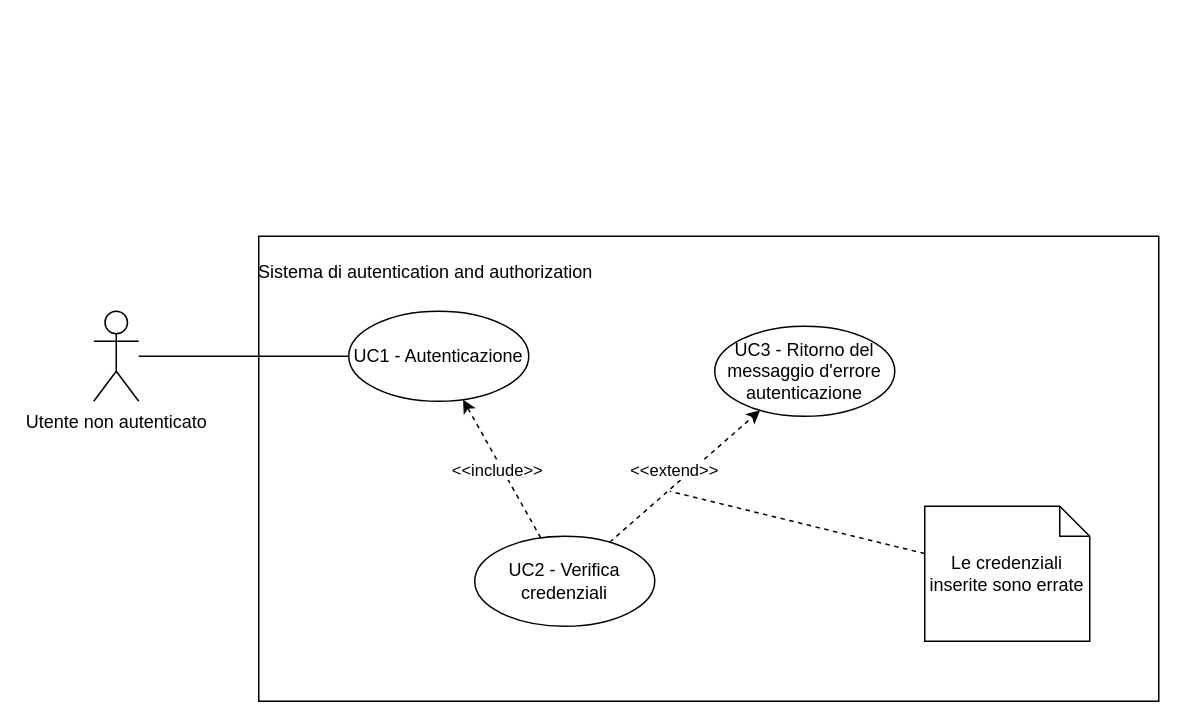
This is page "auth_system" (1 of 3) of casi_uso_grafici.drawio from SWEasabi/analisi-dei-requisiti, a draw.io file, before an edit. Source tidied: cells renumbered, new cells numbered last; positions are measured from the earlier drawing's top-left corner, leaving out a move shared by most shapes. Both pictures are drawn from the tidied source at 150%, with x=0, y=0 at pixel (93, 236).
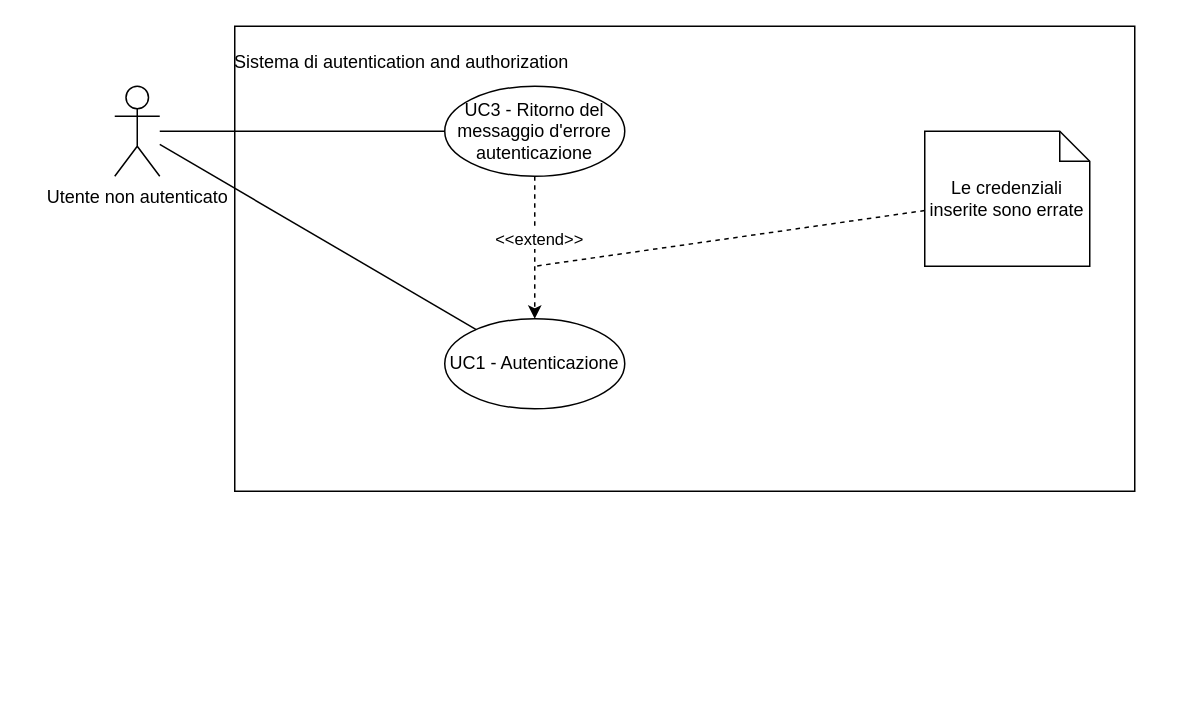
Above is the later version.

What changed in the source:
```diff
@@
 <mxGraphModel>
   <root>
     <mxCell id="0" />
     <mxCell id="1" parent="0" />
     <mxCell id="2" value="&lt;p style=&quot;line-height: 1.2;&quot;&gt;Sistema di autentication and authorization&lt;/p&gt;" style="rounded=0;whiteSpace=wrap;html=1;align=left;vertical-align=top;verticalAlign=top;spacing=0;gradientColor=none;" parent="1" vertex="1">
-      <mxGeometry x="110" width="600" height="310" as="geometry" />
+      <mxGeometry x="94" y="-140" width="600" height="310" as="geometry" />
     </mxCell>
-    <mxCell id="3" style="rounded=0;jettySize=auto;html=1;dashed=1;" parent="1" edge="1" source="6" target="5">
-      <mxGeometry relative="1" as="geometry" />
-    </mxCell>
-    <mxCell id="4" value="&amp;lt;&amp;lt;include&amp;gt;&amp;gt;" style="edgeLabel;html=1;align=center;verticalAlign=middle;" parent="3" vertex="1">
-      <mxGeometry x="-0.05" y="4" relative="1" as="geometry">
-        <mxPoint x="-2" y="-4" as="offset" />
-      </mxGeometry>
-    </mxCell>
     <mxCell id="5" value="UC1 - Autenticazione" style="ellipse;whiteSpace=wrap;html=1;" parent="1" vertex="1">
-      <mxGeometry x="170" y="50" width="120" height="60" as="geometry" />
+      <mxGeometry x="234" y="55" width="120" height="60" as="geometry" />
     </mxCell>
-    <mxCell id="6" value="UC2&amp;nbsp;- Verifica credenziali" style="ellipse;whiteSpace=wrap;html=1;" parent="1" vertex="1">
-      <mxGeometry x="254" y="200" width="120" height="60" as="geometry" />
-    </mxCell>
     <mxCell id="7" style="edgeStyle=none;rounded=0;jettySize=auto;html=1;shadow=0;endArrow=none;endFill=0;startSize=999;endSize=6;sourcePerimeterSpacing=0;targetPerimeterSpacing=0;" parent="1" edge="1" source="8" target="5">
       <mxGeometry relative="1" as="geometry" />
     </mxCell>
     <mxCell id="8" value="Utente non autenticato" style="shape=umlActor;verticalLabelPosition=bottom;verticalAlign=top;html=1;outlineConnect=0;gradientColor=none;" parent="1" vertex="1">
-      <mxGeometry y="50" width="30" height="60" as="geometry" />
+      <mxGeometry x="14" y="-100" width="30" height="60" as="geometry" />
     </mxCell>
     <mxCell id="9" value="UC3 - Ritorno del messaggio d'errore autenticazione" style="ellipse;whiteSpace=wrap;html=1;" parent="1" vertex="1">
-      <mxGeometry x="414" y="60" width="120" height="60" as="geometry" />
+      <mxGeometry x="234" y="-100" width="120" height="60" as="geometry" />
     </mxCell>
-    <mxCell id="10" style="rounded=0;jettySize=auto;html=1;dashed=1;" parent="1" edge="1" source="6" target="9">
+    <mxCell id="10" style="rounded=0;jettySize=auto;html=1;dashed=1;" parent="1" edge="1" source="9" target="5">
       <mxGeometry relative="1" as="geometry" />
     </mxCell>
     <mxCell id="11" value="&amp;lt;&amp;lt;extend&amp;gt;&amp;gt;" style="edgeLabel;html=1;align=center;verticalAlign=middle;" parent="10" vertex="1">
       <mxGeometry x="-0.05" y="4" relative="1" as="geometry">
         <mxPoint x="-2" y="-4" as="offset" />
       </mxGeometry>
     </mxCell>
     <mxCell id="12" style="edgeStyle=none;rounded=0;jumpStyle=none;jumpSize=15;jettySize=auto;html=1;endArrow=none;endFill=0;dashed=1;" parent="1" edge="1" source="13">
       <mxGeometry relative="1" as="geometry">
-        <mxPoint x="384" y="170" as="targetPoint" />
+        <mxPoint x="294" y="20" as="targetPoint" />
       </mxGeometry>
     </mxCell>
     <mxCell id="13" value="Le credenziali inserite sono errate" style="shape=note;size=20;whiteSpace=wrap;html=1;" parent="1" vertex="1">
-      <mxGeometry x="554" y="180" width="110" height="90" as="geometry" />
+      <mxGeometry x="554" y="-70" width="110" height="90" as="geometry" />
     </mxCell>
+    <mxCell id="14" style="edgeStyle=none;rounded=0;jettySize=auto;html=1;shadow=0;endArrow=none;endFill=0;startSize=999;endSize=6;sourcePerimeterSpacing=0;targetPerimeterSpacing=0;" parent="1" edge="1" source="8" target="9">
+      <mxGeometry relative="1" as="geometry" />
+    </mxCell>
   </root>
 </mxGraphModel>
```
